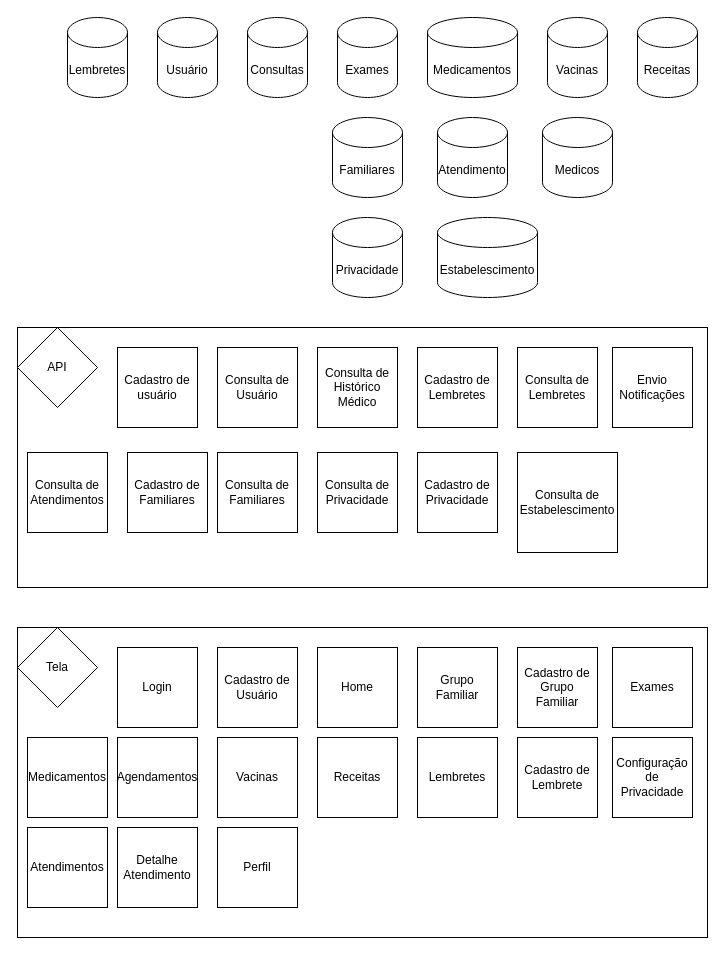
Earlier version of the draw.io diagram 3SI_GS_2/Governanca/diagrama.drawio (GKazukiOnishi/FIAP_3SI). Source tidied: cells renumbered, new cells numbered last; positions are measured from the earlier drawing's top-left corner, leaving out a move shared by most shapes. Both pictures are drawn from the tidied source at 100%, with x=0, y=0 at pixel (17, 17).
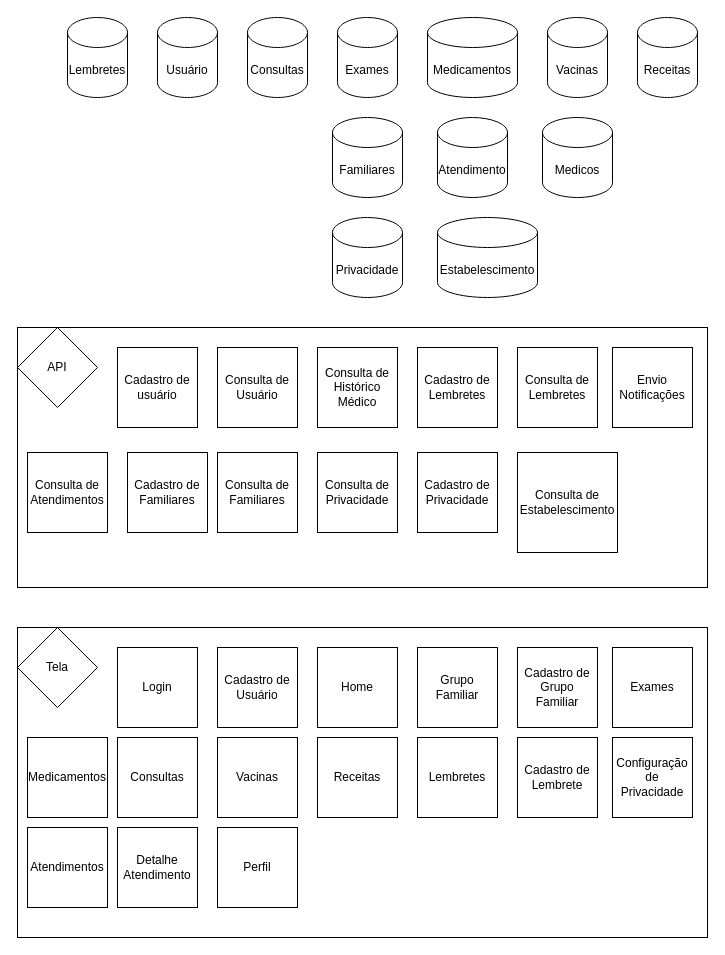
The same page after the edit.

Commit message (it also covers changes not shown here):
Adicionando diagrama da solução no drawIo

The edit, as a diff of the source:
```diff
@@
-    <mxCell id="36" value="Agendamentos" style="whiteSpace=wrap;html=1;" parent="1" vertex="1">
+    <mxCell id="36" value="Consultas" style="whiteSpace=wrap;html=1;" parent="1" vertex="1">
       <mxGeometry x="100" y="720" width="80" height="80" as="geometry" />
     </mxCell>
```
